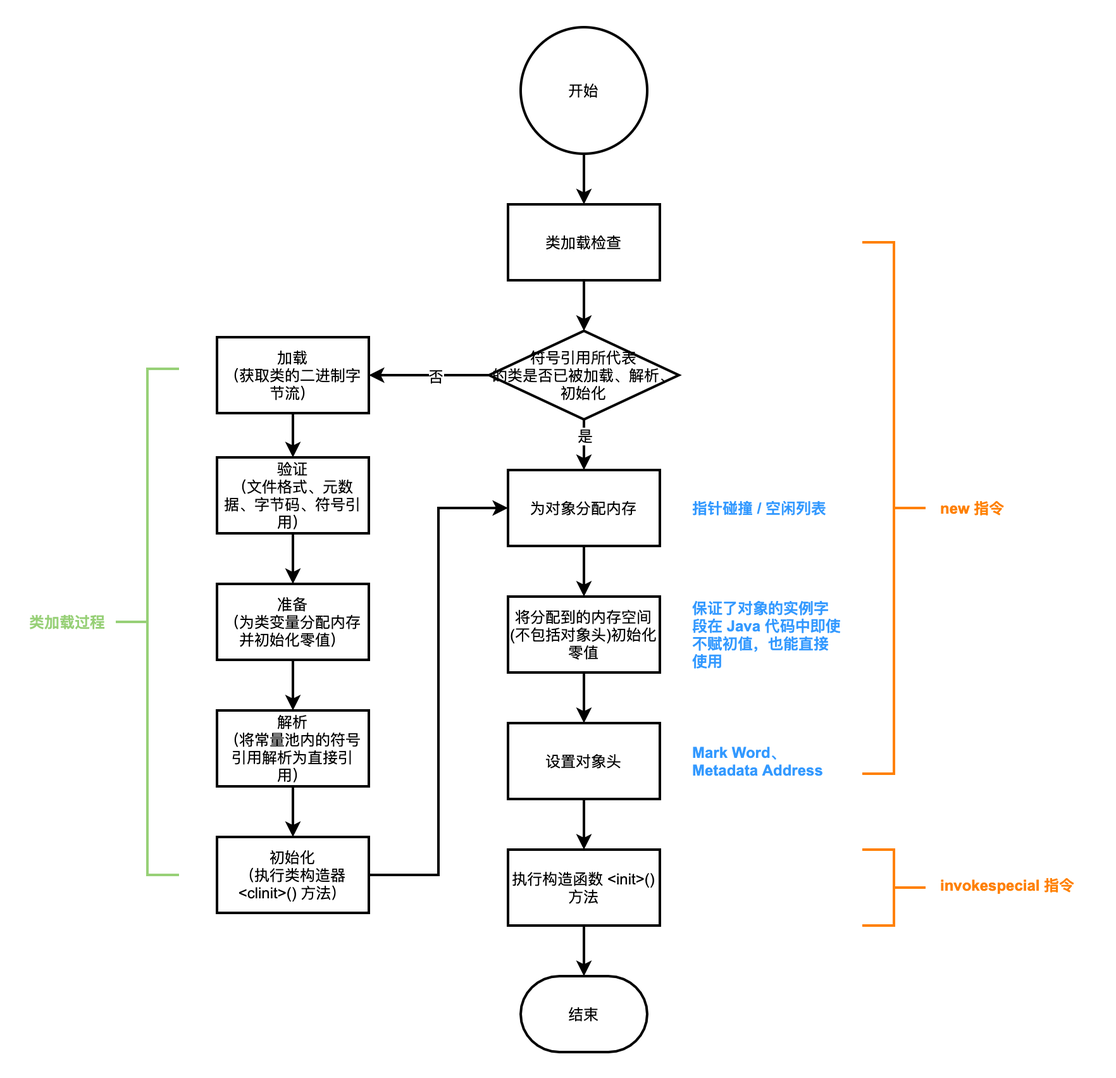
piaolingluo/piaolingluo.github.io keeps this draw.io diagram as src/notes/jvm/image/普通对象创建流程.png. Above is the earlier version. Source tidied: cells renumbered, new cells last; positions are measured from the earlier drawing's top-left corner, leaving out a move shared by most shapes.
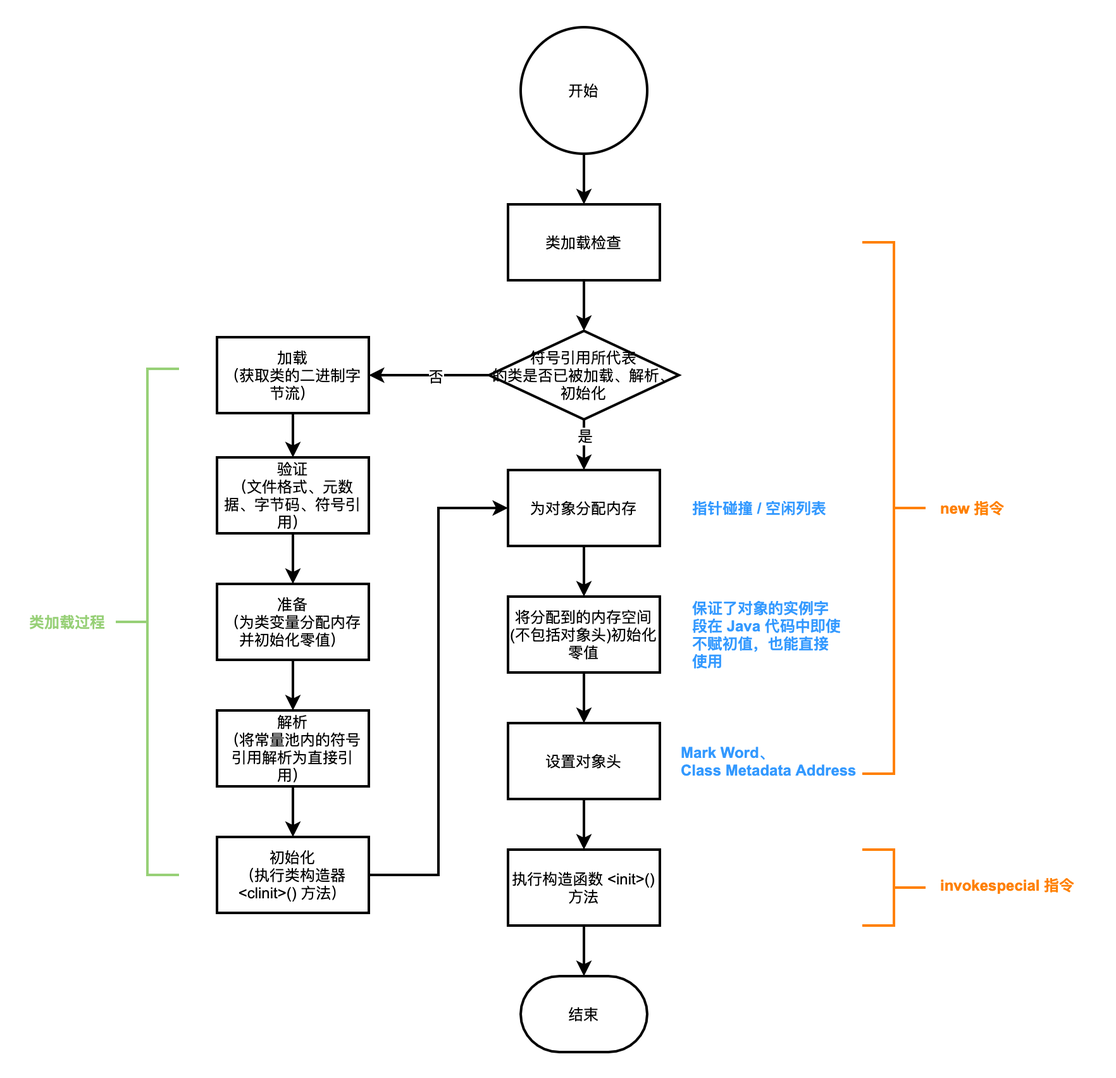
After the commit.

What changed in the source:
```diff
@@ -92,8 +92,8 @@
     <mxCell id="31" value="&lt;font color=&quot;#3399ff&quot;&gt;&lt;b&gt;保证了对象的实例字段在 Java 代码中即使不赋初值，也能直接使用&lt;/b&gt;&lt;/font&gt;" style="text;html=1;strokeColor=none;fillColor=none;align=left;verticalAlign=middle;whiteSpace=wrap;rounded=0;" parent="1" vertex="1">
       <mxGeometry x="524" y="450" width="120" height="60" as="geometry" />
     </mxCell>
-    <mxCell id="32" value="&lt;font color=&quot;#3399ff&quot;&gt;&lt;b&gt;Mark Word、Metadata Address&lt;/b&gt;&lt;/font&gt;" style="text;html=1;strokeColor=none;fillColor=none;align=left;verticalAlign=middle;whiteSpace=wrap;rounded=0;" parent="1" vertex="1">
-      <mxGeometry x="524" y="550" width="120" height="60" as="geometry" />
+    <mxCell id="32" value="&lt;font color=&quot;#3399ff&quot;&gt;&lt;b&gt;Mark Word、&lt;br&gt;Class Metadata Address&lt;/b&gt;&lt;/font&gt;" style="text;html=1;strokeColor=none;fillColor=none;align=left;verticalAlign=middle;whiteSpace=wrap;rounded=0;" parent="1" vertex="1">
+      <mxGeometry x="515" y="550" width="146" height="60" as="geometry" />
     </mxCell>
     <mxCell id="33" style="strokeWidth=2;html=1;shape=mxgraph.flowchart.annotation_2;align=left;labelPosition=right;direction=west;strokeColor=#FF8000;" parent="1" vertex="1">
       <mxGeometry x="660" y="170" width="50" height="420" as="geometry" />
```
